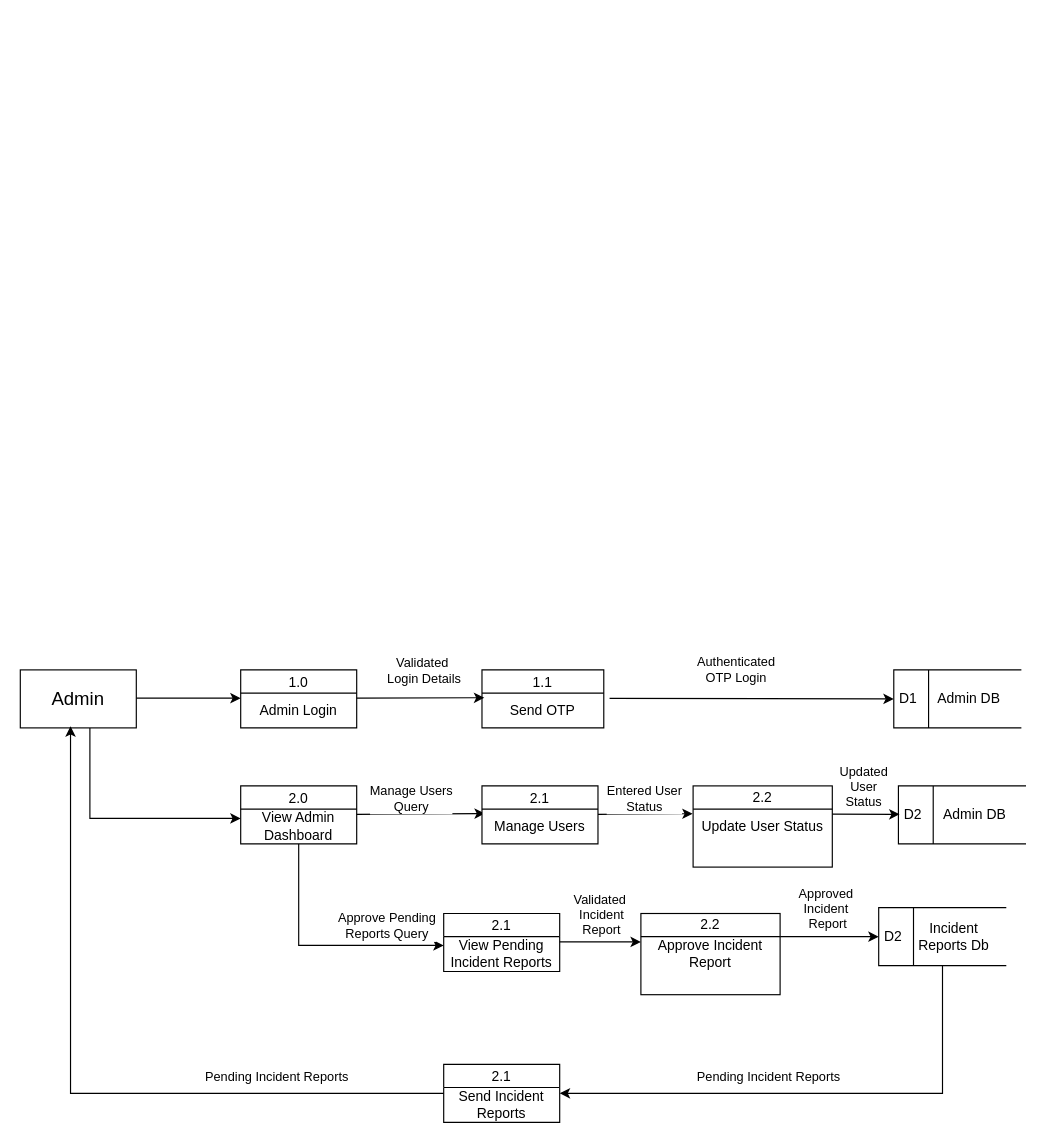
Before: Projects/DFD_LVL1_UPDATED.drawio in N0Obitaz/DrawIODiagrams, a draw.io diagram. Source tidied: cells renumbered, new cells numbered last; positions are measured from the earlier drawing's top-left corner, leaving out a move shared by most shapes. Both pictures are drawn from the tidied source at 116%, with x=0, y=0 at pixel (20, 669).
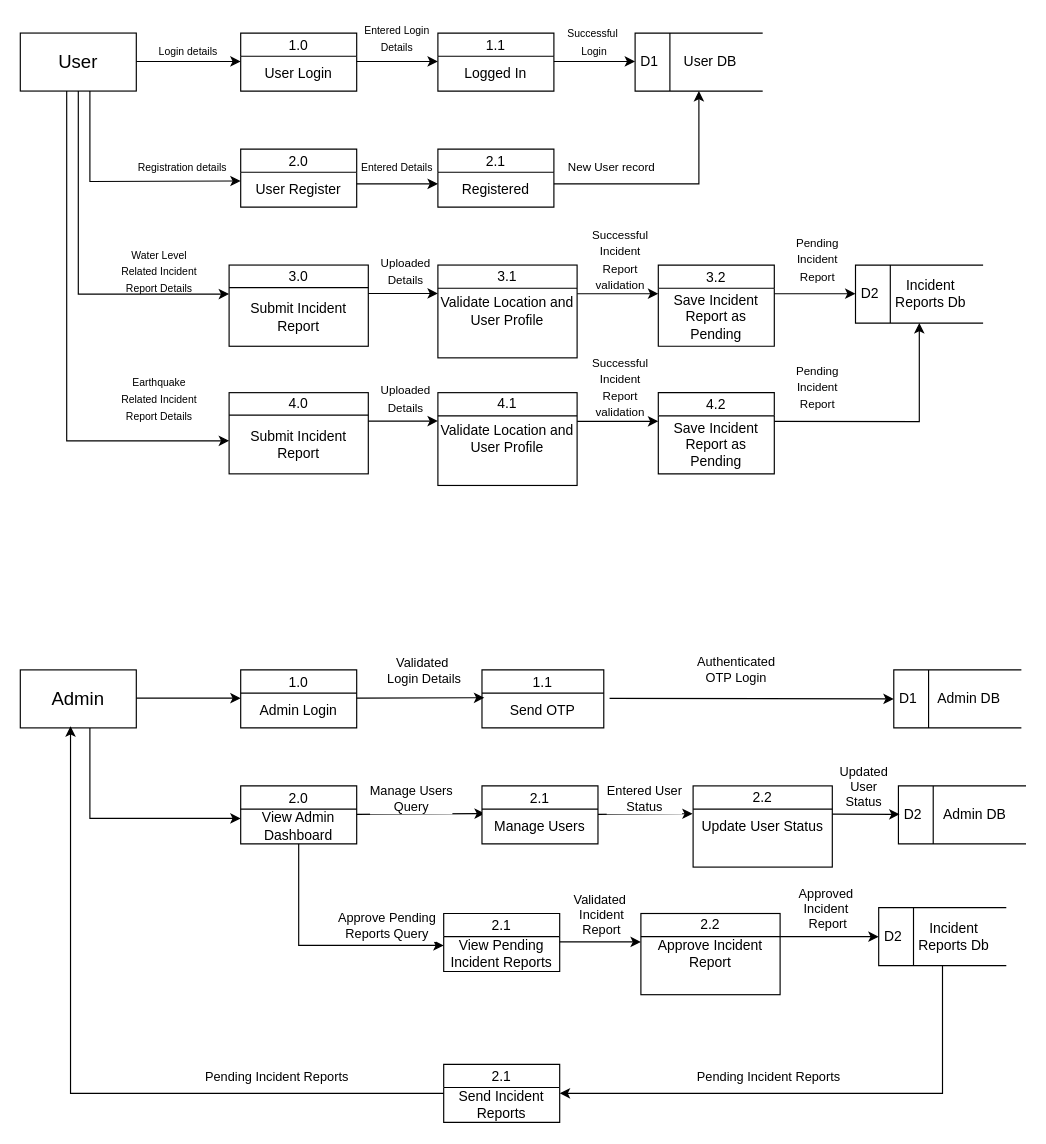
Above is the later version.

Change to the diagram source:
```diff
@@
+    <mxCell id="53" value="&lt;font style=&quot;font-size: 16px;&quot;&gt;User&lt;/font&gt;" style="html=1;dashed=0;whiteSpace=wrap;" parent="1" vertex="1">
+      <mxGeometry y="-549" width="100" height="50" as="geometry" />
+    </mxCell>
+    <mxCell id="54" value="1.0" style="swimlane;fontStyle=0;horizontal=1;startSize=20;fillColor=#ffffff;swimlaneFillColor=#ffffff;" parent="1" vertex="1">
+      <mxGeometry x="190" y="-549" width="100" height="50" as="geometry" />
+    </mxCell>
+    <mxCell id="55" value="User Login" style="text;html=1;whiteSpace=wrap;strokeColor=none;fillColor=none;align=center;verticalAlign=middle;rounded=0;" parent="54" vertex="1">
+      <mxGeometry y="20" width="100" height="30" as="geometry" />
+    </mxCell>
+    <mxCell id="56" value="1.1" style="swimlane;fontStyle=0;horizontal=1;startSize=20;fillColor=#ffffff;swimlaneFillColor=#ffffff;" parent="1" vertex="1">
+      <mxGeometry x="360" y="-549" width="100" height="50" as="geometry" />
+    </mxCell>
+    <mxCell id="57" value="Logged In" style="text;html=1;whiteSpace=wrap;strokeColor=none;fillColor=none;align=center;verticalAlign=middle;rounded=0;" parent="56" vertex="1">
+      <mxGeometry y="20" width="100" height="30" as="geometry" />
+    </mxCell>
+    <mxCell id="58" value="D1" style="html=1;dashed=0;whiteSpace=wrap;shape=mxgraph.dfd.dataStoreID;align=left;spacingLeft=3;points=[[0,0],[0.5,0],[1,0],[0,0.5],[1,0.5],[0,1],[0.5,1],[1,1]];" parent="1" vertex="1">
+      <mxGeometry x="530" y="-549" width="110" height="50" as="geometry" />
+    </mxCell>
+    <mxCell id="59" style="endArrow=classic;html=1;rounded=0;" parent="1" edge="1">
+      <mxGeometry relative="1" as="geometry">
+        <mxPoint x="100" y="-524.5" as="sourcePoint" />
+        <mxPoint x="190" y="-524.5" as="targetPoint" />
+      </mxGeometry>
+    </mxCell>
+    <mxCell id="60" style="endArrow=classic;html=1;rounded=0;" parent="1" edge="1">
+      <mxGeometry relative="1" as="geometry">
+        <mxPoint x="290" y="-524.5" as="sourcePoint" />
+        <mxPoint x="360" y="-524.5" as="targetPoint" />
+      </mxGeometry>
+    </mxCell>
+    <mxCell id="61" style="endArrow=classic;html=1;rounded=0;" parent="1" edge="1">
+      <mxGeometry relative="1" as="geometry">
+        <mxPoint x="460" y="-524.5" as="sourcePoint" />
+        <mxPoint x="530" y="-524.5" as="targetPoint" />
+      </mxGeometry>
+    </mxCell>
+    <mxCell id="62" value="User DB" style="text;html=1;whiteSpace=wrap;strokeColor=none;fillColor=none;align=center;verticalAlign=middle;rounded=0;" parent="1" vertex="1">
+      <mxGeometry x="565" y="-539" width="60" height="30" as="geometry" />
+    </mxCell>
+    <mxCell id="63" value="2.0" style="swimlane;fontStyle=0;horizontal=1;startSize=20;fillColor=#ffffff;swimlaneFillColor=#ffffff;" parent="1" vertex="1">
+      <mxGeometry x="190" y="-449" width="100" height="50" as="geometry" />
+    </mxCell>
+    <mxCell id="64" value="User Register" style="text;html=1;whiteSpace=wrap;strokeColor=none;fillColor=none;align=center;verticalAlign=middle;rounded=0;" parent="63" vertex="1">
+      <mxGeometry y="20" width="100" height="30" as="geometry" />
+    </mxCell>
+    <mxCell id="65" value="2.1" style="swimlane;fontStyle=0;horizontal=1;startSize=20;fillColor=#ffffff;swimlaneFillColor=#ffffff;" parent="1" vertex="1">
+      <mxGeometry x="360" y="-449" width="100" height="50" as="geometry" />
+    </mxCell>
+    <mxCell id="66" value="Registered" style="text;html=1;whiteSpace=wrap;strokeColor=none;fillColor=none;align=center;verticalAlign=middle;rounded=0;" parent="65" vertex="1">
+      <mxGeometry y="20" width="100" height="30" as="geometry" />
+    </mxCell>
+    <mxCell id="67" value="3.2" style="swimlane;fontStyle=0;horizontal=1;startSize=20;fillColor=#ffffff;swimlaneFillColor=#ffffff;" parent="1" vertex="1">
+      <mxGeometry x="550" y="-349" width="100" height="70" as="geometry" />
+    </mxCell>
+    <mxCell id="68" value="Save Incident Report as Pending" style="text;html=1;whiteSpace=wrap;strokeColor=none;fillColor=none;align=center;verticalAlign=middle;rounded=0;" parent="67" vertex="1">
+      <mxGeometry y="20" width="100" height="50" as="geometry" />
+    </mxCell>
+    <mxCell id="69" value="D2" style="html=1;dashed=0;whiteSpace=wrap;shape=mxgraph.dfd.dataStoreID;align=left;spacingLeft=3;points=[[0,0],[0.5,0],[1,0],[0,0.5],[1,0.5],[0,1],[0.5,1],[1,1]];" parent="1" vertex="1">
+      <mxGeometry x="720" y="-349" width="110" height="50" as="geometry" />
+    </mxCell>
+    <mxCell id="70" style="endArrow=classic;html=1;rounded=0;" parent="1" edge="1">
+      <mxGeometry relative="1" as="geometry">
+        <mxPoint x="290" y="-419" as="sourcePoint" />
+        <mxPoint x="360" y="-419" as="targetPoint" />
+      </mxGeometry>
+    </mxCell>
+    <mxCell id="71" style="endArrow=classic;html=1;rounded=0;entryX=0.5;entryY=1;entryDx=0;entryDy=0;" parent="1" edge="1" target="58">
+      <mxGeometry relative="1" as="geometry">
+        <mxPoint x="460" y="-419" as="sourcePoint" />
+        <Array as="points">
+          <mxPoint x="585" y="-419" />
+        </Array>
+      </mxGeometry>
+    </mxCell>
+    <mxCell id="72" style="endArrow=classic;html=1;rounded=0;" parent="1" edge="1">
+      <mxGeometry relative="1" as="geometry">
+        <mxPoint x="290" y="-324.5" as="sourcePoint" />
+        <mxPoint x="360" y="-324.5" as="targetPoint" />
+      </mxGeometry>
+    </mxCell>
+    <mxCell id="73" style="endArrow=classic;html=1;rounded=0;" parent="1" edge="1">
+      <mxGeometry relative="1" as="geometry">
+        <mxPoint x="480" y="-324.3" as="sourcePoint" />
+        <mxPoint x="550" y="-324.3" as="targetPoint" />
+      </mxGeometry>
+    </mxCell>
+    <mxCell id="74" style="endArrow=classic;html=1;rounded=0;" parent="1" edge="1">
+      <mxGeometry relative="1" as="geometry">
+        <mxPoint x="650" y="-324.3" as="sourcePoint" />
+        <mxPoint x="720" y="-324.3" as="targetPoint" />
+      </mxGeometry>
+    </mxCell>
+    <mxCell id="75" style="endArrow=classic;html=1;rounded=0;entryX=0;entryY=0.25;entryDx=0;entryDy=0;" parent="1" edge="1" target="64">
+      <mxGeometry relative="1" as="geometry">
+        <mxPoint x="60" y="-499" as="sourcePoint" />
+        <Array as="points">
+          <mxPoint x="60" y="-421" />
+        </Array>
+      </mxGeometry>
+    </mxCell>
+    <mxCell id="76" style="endArrow=classic;html=1;rounded=0;exitX=0.5;exitY=1;exitDx=0;exitDy=0;" parent="1" edge="1" source="53">
+      <mxGeometry relative="1" as="geometry">
+        <mxPoint x="180" y="-324" as="targetPoint" />
+        <Array as="points">
+          <mxPoint x="50" y="-324" />
+        </Array>
+      </mxGeometry>
+    </mxCell>
+    <mxCell id="77" value="&lt;div&gt;Validate Location and User Profile&lt;/div&gt;" style="rounded=0;whiteSpace=wrap;html=1;" parent="1" vertex="1">
+      <mxGeometry x="360" y="-349" width="120" height="80" as="geometry" />
+    </mxCell>
+    <mxCell id="78" style="endArrow=none;html=1;rounded=0;" parent="1" edge="1">
+      <mxGeometry relative="1" as="geometry">
+        <mxPoint x="360" y="-329" as="sourcePoint" />
+        <mxPoint x="450" y="-329" as="targetPoint" />
+        <Array as="points">
+          <mxPoint x="450" y="-329" />
+          <mxPoint x="480" y="-329" />
+        </Array>
+      </mxGeometry>
+    </mxCell>
+    <mxCell id="79" value="3.1" style="text;html=1;whiteSpace=wrap;strokeColor=none;fillColor=none;align=center;verticalAlign=middle;rounded=0;" parent="1" vertex="1">
+      <mxGeometry x="380" y="-349" width="80" height="20" as="geometry" />
+    </mxCell>
+    <mxCell id="80" value="Incident Reports Db" style="text;html=1;whiteSpace=wrap;strokeColor=none;fillColor=none;align=center;verticalAlign=middle;rounded=0;" parent="1" vertex="1">
+      <mxGeometry x="750" y="-339" width="70" height="30" as="geometry" />
+    </mxCell>
+    <mxCell id="81" style="rounded=0;whiteSpace=wrap;html=1;" parent="1" vertex="1">
+      <mxGeometry x="180" y="-349" width="120" height="70" as="geometry" />
+    </mxCell>
+    <mxCell id="82" value="3.0" style="text;html=1;whiteSpace=wrap;strokeColor=none;fillColor=none;align=center;verticalAlign=middle;rounded=0;" parent="1" vertex="1">
+      <mxGeometry x="200" y="-349" width="80" height="20" as="geometry" />
+    </mxCell>
+    <mxCell id="83" style="endArrow=none;html=1;rounded=0;" parent="1" edge="1">
+      <mxGeometry relative="1" as="geometry">
+        <mxPoint x="180" y="-329.6" as="sourcePoint" />
+        <mxPoint x="300" y="-329.6" as="targetPoint" />
+      </mxGeometry>
+    </mxCell>
+    <mxCell id="84" value="Submit Incident&lt;div&gt;Report&lt;/div&gt;" style="text;html=1;whiteSpace=wrap;strokeColor=none;fillColor=none;align=center;verticalAlign=middle;rounded=0;" parent="1" vertex="1">
+      <mxGeometry x="185" y="-319" width="110" height="30" as="geometry" />
+    </mxCell>
+    <mxCell id="85" value="&lt;font style=&quot;font-size: 9px;&quot;&gt;Login details&lt;/font&gt;" style="text;html=1;whiteSpace=wrap;strokeColor=none;fillColor=none;align=center;verticalAlign=middle;rounded=0;" parent="1" vertex="1">
+      <mxGeometry x="105" y="-549" width="80" height="30" as="geometry" />
+    </mxCell>
+    <mxCell id="86" value="&lt;font style=&quot;font-size: 9px;&quot;&gt;Entered Login Details&lt;/font&gt;" style="text;html=1;whiteSpace=wrap;strokeColor=none;fillColor=none;align=center;verticalAlign=middle;rounded=0;" parent="1" vertex="1">
+      <mxGeometry x="285" y="-560" width="80" height="30" as="geometry" />
+    </mxCell>
+    <mxCell id="87" value="&lt;font style=&quot;font-size: 9px;&quot;&gt;Successful&amp;nbsp;&lt;/font&gt;&lt;div&gt;&lt;font style=&quot;font-size: 9px;&quot;&gt;Login&lt;/font&gt;&lt;/div&gt;" style="text;html=1;whiteSpace=wrap;strokeColor=none;fillColor=none;align=center;verticalAlign=middle;rounded=0;" parent="1" vertex="1">
+      <mxGeometry x="455" y="-557" width="80" height="30" as="geometry" />
+    </mxCell>
+    <mxCell id="88" value="&lt;font style=&quot;font-size: 9px;&quot;&gt;Registration details&lt;/font&gt;" style="text;html=1;whiteSpace=wrap;strokeColor=none;fillColor=none;align=center;verticalAlign=middle;rounded=0;" parent="1" vertex="1">
+      <mxGeometry x="100" y="-449" width="80" height="30" as="geometry" />
+    </mxCell>
+    <mxCell id="89" value="&lt;font style=&quot;font-size: 9px;&quot;&gt;Entered Details&lt;/font&gt;" style="text;html=1;whiteSpace=wrap;strokeColor=none;fillColor=none;align=center;verticalAlign=middle;rounded=0;" parent="1" vertex="1">
+      <mxGeometry x="285" y="-449" width="80" height="30" as="geometry" />
+    </mxCell>
+    <mxCell id="90" value="&lt;font size=&quot;1&quot;&gt;New User record&lt;/font&gt;" style="text;html=1;whiteSpace=wrap;strokeColor=none;fillColor=none;align=center;verticalAlign=middle;rounded=0;" parent="1" vertex="1">
+      <mxGeometry x="470" y="-449" width="80" height="30" as="geometry" />
+    </mxCell>
+    <mxCell id="91" value="&lt;font style=&quot;font-size: 9px;&quot;&gt;Water Level Related Incident Report Details&lt;/font&gt;" style="text;html=1;whiteSpace=wrap;strokeColor=none;fillColor=none;align=center;verticalAlign=middle;rounded=0;" parent="1" vertex="1">
+      <mxGeometry x="80" y="-359" width="80" height="30" as="geometry" />
+    </mxCell>
+    <mxCell id="92" value="&lt;font size=&quot;1&quot;&gt;Uploaded Details&lt;/font&gt;" style="text;html=1;whiteSpace=wrap;strokeColor=none;fillColor=none;align=center;verticalAlign=middle;rounded=0;" parent="1" vertex="1">
+      <mxGeometry x="305" y="-359" width="55" height="30" as="geometry" />
+    </mxCell>
+    <mxCell id="93" value="&lt;font size=&quot;1&quot;&gt;Successful Incident Report validation&lt;/font&gt;" style="text;html=1;whiteSpace=wrap;strokeColor=none;fillColor=none;align=center;verticalAlign=middle;rounded=0;" parent="1" vertex="1">
+      <mxGeometry x="490" y="-369" width="55" height="30" as="geometry" />
+    </mxCell>
+    <mxCell id="94" value="4.2" style="swimlane;fontStyle=0;horizontal=1;startSize=20;fillColor=#ffffff;swimlaneFillColor=#ffffff;" parent="1" vertex="1">
+      <mxGeometry x="550" y="-239" width="100" height="70" as="geometry" />
+    </mxCell>
+    <mxCell id="95" value="Save Incident Report as Pending" style="text;html=1;whiteSpace=wrap;strokeColor=none;fillColor=none;align=center;verticalAlign=middle;rounded=0;" parent="94" vertex="1">
+      <mxGeometry y="20" width="100" height="50" as="geometry" />
+    </mxCell>
+    <mxCell id="96" style="endArrow=classic;html=1;rounded=0;" parent="1" edge="1">
+      <mxGeometry relative="1" as="geometry">
+        <mxPoint x="290" y="-214.5" as="sourcePoint" />
+        <mxPoint x="360" y="-214.5" as="targetPoint" />
+      </mxGeometry>
+    </mxCell>
+    <mxCell id="97" style="endArrow=classic;html=1;rounded=0;" parent="1" edge="1">
+      <mxGeometry relative="1" as="geometry">
+        <mxPoint x="480" y="-214.3" as="sourcePoint" />
+        <mxPoint x="550" y="-214.3" as="targetPoint" />
+      </mxGeometry>
+    </mxCell>
+    <mxCell id="98" style="endArrow=classic;html=1;rounded=0;entryX=0.5;entryY=1;entryDx=0;entryDy=0;" parent="1" edge="1" target="69">
+      <mxGeometry relative="1" as="geometry">
+        <mxPoint x="650" y="-214.3" as="sourcePoint" />
+        <Array as="points">
+          <mxPoint x="775" y="-214" />
+        </Array>
+      </mxGeometry>
+    </mxCell>
+    <mxCell id="99" value="&lt;div&gt;Validate Location and User Profile&lt;/div&gt;" style="rounded=0;whiteSpace=wrap;html=1;" parent="1" vertex="1">
+      <mxGeometry x="360" y="-239" width="120" height="80" as="geometry" />
+    </mxCell>
+    <mxCell id="100" style="endArrow=none;html=1;rounded=0;" parent="1" edge="1">
+      <mxGeometry relative="1" as="geometry">
+        <mxPoint x="360" y="-219" as="sourcePoint" />
+        <mxPoint x="450" y="-219" as="targetPoint" />
+        <Array as="points">
+          <mxPoint x="450" y="-219" />
+          <mxPoint x="480" y="-219" />
+        </Array>
+      </mxGeometry>
+    </mxCell>
+    <mxCell id="101" value="4.1" style="text;html=1;whiteSpace=wrap;strokeColor=none;fillColor=none;align=center;verticalAlign=middle;rounded=0;" parent="1" vertex="1">
+      <mxGeometry x="380" y="-239" width="80" height="20" as="geometry" />
+    </mxCell>
+    <mxCell id="102" style="rounded=0;whiteSpace=wrap;html=1;" parent="1" vertex="1">
+      <mxGeometry x="180" y="-239" width="120" height="70" as="geometry" />
+    </mxCell>
+    <mxCell id="103" value="4.0" style="text;html=1;whiteSpace=wrap;strokeColor=none;fillColor=none;align=center;verticalAlign=middle;rounded=0;" parent="1" vertex="1">
+      <mxGeometry x="200" y="-239" width="80" height="20" as="geometry" />
+    </mxCell>
+    <mxCell id="104" style="endArrow=none;html=1;rounded=0;" parent="1" edge="1">
+      <mxGeometry relative="1" as="geometry">
+        <mxPoint x="180" y="-219.6" as="sourcePoint" />
+        <mxPoint x="300" y="-219.6" as="targetPoint" />
+      </mxGeometry>
+    </mxCell>
+    <mxCell id="105" value="Submit Incident&lt;div&gt;Report&lt;/div&gt;" style="text;html=1;whiteSpace=wrap;strokeColor=none;fillColor=none;align=center;verticalAlign=middle;rounded=0;" parent="1" vertex="1">
+      <mxGeometry x="185" y="-209" width="110" height="30" as="geometry" />
+    </mxCell>
+    <mxCell id="106" value="&lt;font style=&quot;font-size: 9px;&quot;&gt;Earthquake Related Incident Report Details&lt;/font&gt;" style="text;html=1;whiteSpace=wrap;strokeColor=none;fillColor=none;align=center;verticalAlign=middle;rounded=0;" parent="1" vertex="1">
+      <mxGeometry x="80" y="-249" width="80" height="30" as="geometry" />
+    </mxCell>
+    <mxCell id="107" value="&lt;font size=&quot;1&quot;&gt;Uploaded Details&lt;/font&gt;" style="text;html=1;whiteSpace=wrap;strokeColor=none;fillColor=none;align=center;verticalAlign=middle;rounded=0;" parent="1" vertex="1">
+      <mxGeometry x="305" y="-249" width="55" height="30" as="geometry" />
+    </mxCell>
+    <mxCell id="108" value="&lt;font size=&quot;1&quot;&gt;Successful Incident Report validation&lt;/font&gt;" style="text;html=1;whiteSpace=wrap;strokeColor=none;fillColor=none;align=center;verticalAlign=middle;rounded=0;" parent="1" vertex="1">
+      <mxGeometry x="490" y="-259" width="55" height="30" as="geometry" />
+    </mxCell>
+    <mxCell id="109" style="edgeStyle=orthogonalEdgeStyle;rounded=0;jettySize=auto;html=1;entryX=0;entryY=0.593;entryDx=0;entryDy=0;entryPerimeter=0;" parent="1" edge="1" source="53" target="102">
+      <mxGeometry relative="1" as="geometry">
+        <Array as="points">
+          <mxPoint x="40" y="-197" />
+        </Array>
+      </mxGeometry>
+    </mxCell>
+    <mxCell id="110" value="&lt;font size=&quot;1&quot;&gt;Pending Incident Report&lt;/font&gt;" style="text;html=1;whiteSpace=wrap;strokeColor=none;fillColor=none;align=center;verticalAlign=middle;rounded=0;" parent="1" vertex="1">
+      <mxGeometry x="660" y="-259" width="55" height="30" as="geometry" />
+    </mxCell>
+    <mxCell id="111" value="&lt;font size=&quot;1&quot;&gt;Pending Incident Report&lt;/font&gt;" style="text;html=1;whiteSpace=wrap;strokeColor=none;fillColor=none;align=center;verticalAlign=middle;rounded=0;" parent="1" vertex="1">
+      <mxGeometry x="660" y="-369" width="55" height="30" as="geometry" />
+    </mxCell>
```
